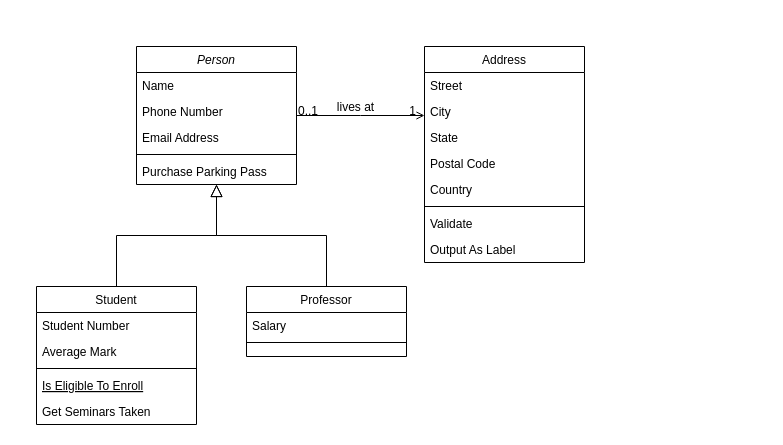
The draw.io diagram back-end/src/api/v1/models/Biểu đồ không có tiêu đề.drawio in Toanlv89/laughmanga, before the edit. Source tidied: cells renumbered, new cells numbered last; positions are measured from the earlier drawing's top-left corner, leaving out a move shared by most shapes. Both pictures are drawn from the tidied source at 100%, with x=0, y=0 at pixel (36, 46).
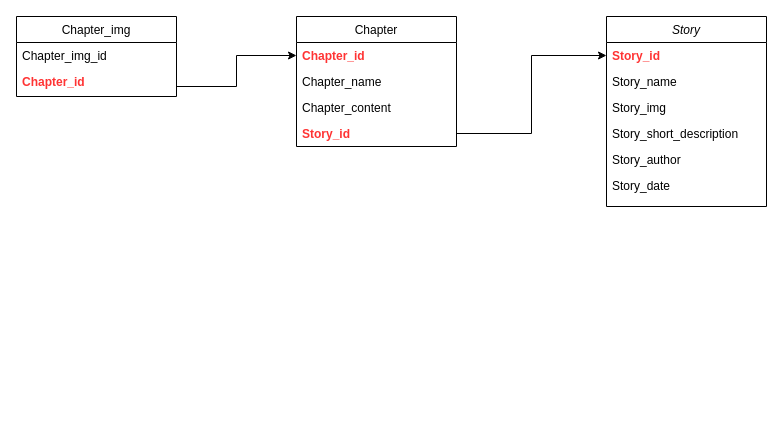
The same page after the edit.

Commit message:
Story_model

Change to the diagram source:
```diff
@@
-    <mxCell id="2" value="Person" style="swimlane;fontStyle=2;align=center;verticalAlign=top;horizontal=1;startSize=26;rounded=0;shadow=0;strokeWidth=1;" parent="1" vertex="1">
-      <mxGeometry x="100" width="160" height="138" as="geometry" />
+    <mxCell id="2" value="Story" style="swimlane;fontStyle=2;align=center;verticalAlign=top;horizontal=1;startSize=26;rounded=0;shadow=0;strokeWidth=1;" parent="1" vertex="1">
+      <mxGeometry x="570" y="-30" width="160" height="190" as="geometry" />
     </mxCell>
-    <mxCell id="3" value="Name" style="text;align=left;verticalAlign=top;spacingLeft=4;spacingRight=4;overflow=hidden;points=[[0,0.5],[1,0.5]];portConstraint=eastwest;" parent="2" vertex="1">
+    <mxCell id="3" value="Story_id" style="text;align=left;verticalAlign=top;spacingLeft=4;spacingRight=4;overflow=hidden;points=[[0,0.5],[1,0.5]];portConstraint=eastwest;fontColor=#FF3333;fontStyle=1;" parent="2" vertex="1">
       <mxGeometry y="26" width="160" height="26" as="geometry" />
     </mxCell>
-    <mxCell id="4" value="Phone Number" style="text;align=left;verticalAlign=top;spacingLeft=4;spacingRight=4;overflow=hidden;rounded=0;shadow=0;html=0;" parent="2" vertex="1">
+    <mxCell id="4" value="Story_name" style="text;align=left;verticalAlign=top;spacingLeft=4;spacingRight=4;overflow=hidden;rounded=0;shadow=0;html=0;" parent="2" vertex="1">
       <mxGeometry y="52" width="160" height="26" as="geometry" />
     </mxCell>
-    <mxCell id="5" value="Email Address" style="text;align=left;verticalAlign=top;spacingLeft=4;spacingRight=4;overflow=hidden;rounded=0;shadow=0;html=0;" parent="2" vertex="1">
+    <mxCell id="5" value="Story_img" style="text;align=left;verticalAlign=top;spacingLeft=4;spacingRight=4;overflow=hidden;rounded=0;shadow=0;html=0;" parent="2" vertex="1">
       <mxGeometry y="78" width="160" height="26" as="geometry" />
     </mxCell>
-    <mxCell id="6" style="line;html=1;strokeWidth=1;align=left;verticalAlign=middle;spacingTop=-1;spacingLeft=3;spacingRight=3;labelPosition=right;" parent="2" vertex="1">
-      <mxGeometry y="104" width="160" height="8" as="geometry" />
-    </mxCell>
-    <mxCell id="7" value="Purchase Parking Pass" style="text;align=left;verticalAlign=top;spacingLeft=4;spacingRight=4;overflow=hidden;" parent="2" vertex="1">
-      <mxGeometry y="112" width="160" height="26" as="geometry" />
-    </mxCell>
+    <mxCell id="32" value="Story_short_description" style="text;align=left;verticalAlign=top;spacingLeft=4;spacingRight=4;overflow=hidden;rounded=0;shadow=0;html=0;" parent="2" vertex="1">
+      <mxGeometry y="104" width="160" height="26" as="geometry" />
+    </mxCell>
+    <mxCell id="33" value="Story_author" style="text;align=left;verticalAlign=top;spacingLeft=4;spacingRight=4;overflow=hidden;rounded=0;shadow=0;html=0;" parent="2" vertex="1">
+      <mxGeometry y="130" width="160" height="26" as="geometry" />
+    </mxCell>
+    <mxCell id="34" value="Story_date" style="text;align=left;verticalAlign=top;spacingLeft=4;spacingRight=4;overflow=hidden;rounded=0;shadow=0;html=0;" parent="2" vertex="1">
+      <mxGeometry y="156" width="160" height="26" as="geometry" />
+    </mxCell>
-    <mxCell id="8" value="Student" style="swimlane;fontStyle=0;align=center;verticalAlign=top;horizontal=1;startSize=26;rounded=0;shadow=0;strokeWidth=1;" parent="1" vertex="1">
-      <mxGeometry y="240" width="160" height="138" as="geometry" />
+    <mxCell id="8" value="Chapter_img" style="swimlane;fontStyle=0;align=center;verticalAlign=top;horizontal=1;startSize=26;rounded=0;shadow=0;strokeWidth=1;" parent="1" vertex="1">
+      <mxGeometry x="-20" y="-30" width="160" height="80" as="geometry" />
     </mxCell>
-    <mxCell id="9" value="Student Number" style="text;align=left;verticalAlign=top;spacingLeft=4;spacingRight=4;overflow=hidden;" parent="8" vertex="1">
+    <mxCell id="9" value="Chapter_img_id" style="text;align=left;verticalAlign=top;spacingLeft=4;spacingRight=4;overflow=hidden;" parent="8" vertex="1">
       <mxGeometry y="26" width="160" height="26" as="geometry" />
     </mxCell>
-    <mxCell id="10" value="Average Mark" style="text;align=left;verticalAlign=top;spacingLeft=4;spacingRight=4;overflow=hidden;rounded=0;shadow=0;html=0;" parent="8" vertex="1">
+    <mxCell id="10" value="Chapter_id" style="text;align=left;verticalAlign=top;spacingLeft=4;spacingRight=4;overflow=hidden;rounded=0;shadow=0;html=0;fontColor=#FF3333;fontStyle=1;" parent="8" vertex="1">
       <mxGeometry y="52" width="160" height="26" as="geometry" />
     </mxCell>
-    <mxCell id="11" style="line;html=1;strokeWidth=1;align=left;verticalAlign=middle;spacingTop=-1;spacingLeft=3;spacingRight=3;labelPosition=right;" parent="8" vertex="1">
-      <mxGeometry y="78" width="160" height="8" as="geometry" />
-    </mxCell>
-    <mxCell id="12" value="Is Eligible To Enroll" style="text;align=left;verticalAlign=top;spacingLeft=4;spacingRight=4;overflow=hidden;fontStyle=4;" parent="8" vertex="1">
-      <mxGeometry y="86" width="160" height="26" as="geometry" />
-    </mxCell>
-    <mxCell id="13" value="Get Seminars Taken" style="text;align=left;verticalAlign=top;spacingLeft=4;spacingRight=4;overflow=hidden;" parent="8" vertex="1">
-      <mxGeometry y="112" width="160" height="26" as="geometry" />
-    </mxCell>
-    <mxCell id="14" style="endArrow=block;endSize=10;endFill=0;shadow=0;strokeWidth=1;rounded=0;edgeStyle=elbowEdgeStyle;elbow=vertical;" parent="1" edge="1" source="8" target="2">
-      <mxGeometry relative="1" as="geometry" />
-    </mxCell>
-    <mxCell id="15" value="Professor" style="swimlane;fontStyle=0;align=center;verticalAlign=top;horizontal=1;startSize=26;rounded=0;shadow=0;strokeWidth=1;" parent="1" vertex="1">
-      <mxGeometry x="210" y="240" width="160" height="70" as="geometry" />
-    </mxCell>
-    <mxCell id="16" value="Salary" style="text;align=left;verticalAlign=top;spacingLeft=4;spacingRight=4;overflow=hidden;" parent="15" vertex="1">
-      <mxGeometry y="26" width="160" height="26" as="geometry" />
-    </mxCell>
-    <mxCell id="17" style="line;html=1;strokeWidth=1;align=left;verticalAlign=middle;spacingTop=-1;spacingLeft=3;spacingRight=3;labelPosition=right;" parent="15" vertex="1">
-      <mxGeometry y="52" width="160" height="8" as="geometry" />
-    </mxCell>
-    <mxCell id="18" style="endArrow=block;endSize=10;endFill=0;shadow=0;strokeWidth=1;rounded=0;edgeStyle=elbowEdgeStyle;elbow=vertical;" parent="1" edge="1" source="15" target="2">
-      <mxGeometry relative="1" as="geometry" />
-    </mxCell>
-    <mxCell id="19" value="Address" style="swimlane;fontStyle=0;align=center;verticalAlign=top;horizontal=1;startSize=26;rounded=0;shadow=0;strokeWidth=1;" parent="1" vertex="1">
-      <mxGeometry x="388" width="160" height="216" as="geometry" />
+    <mxCell id="19" value="Chapter" style="swimlane;fontStyle=0;align=center;verticalAlign=top;horizontal=1;startSize=26;rounded=0;shadow=0;strokeWidth=1;" parent="1" vertex="1">
+      <mxGeometry x="260" y="-30" width="160" height="130" as="geometry" />
     </mxCell>
-    <mxCell id="20" value="Street" style="text;align=left;verticalAlign=top;spacingLeft=4;spacingRight=4;overflow=hidden;points=[[0,0.5],[1,0.5]];portConstraint=eastwest;" parent="19" vertex="1">
+    <mxCell id="20" value="Chapter_id" style="text;align=left;verticalAlign=top;spacingLeft=4;spacingRight=4;overflow=hidden;points=[[0,0.5],[1,0.5]];portConstraint=eastwest;fontColor=#FF3333;fontStyle=1;" parent="19" vertex="1">
       <mxGeometry y="26" width="160" height="26" as="geometry" />
     </mxCell>
-    <mxCell id="21" value="City" style="text;align=left;verticalAlign=top;spacingLeft=4;spacingRight=4;overflow=hidden;rounded=0;shadow=0;html=0;" parent="19" vertex="1">
+    <mxCell id="21" value="Chapter_name" style="text;align=left;verticalAlign=top;spacingLeft=4;spacingRight=4;overflow=hidden;rounded=0;shadow=0;html=0;" parent="19" vertex="1">
       <mxGeometry y="52" width="160" height="26" as="geometry" />
     </mxCell>
-    <mxCell id="22" value="State" style="text;align=left;verticalAlign=top;spacingLeft=4;spacingRight=4;overflow=hidden;rounded=0;shadow=0;html=0;" parent="19" vertex="1">
+    <mxCell id="22" value="Chapter_content" style="text;align=left;verticalAlign=top;spacingLeft=4;spacingRight=4;overflow=hidden;rounded=0;shadow=0;html=0;" parent="19" vertex="1">
       <mxGeometry y="78" width="160" height="26" as="geometry" />
     </mxCell>
-    <mxCell id="23" value="Postal Code" style="text;align=left;verticalAlign=top;spacingLeft=4;spacingRight=4;overflow=hidden;rounded=0;shadow=0;html=0;" parent="19" vertex="1">
-      <mxGeometry y="104" width="160" height="26" as="geometry" />
-    </mxCell>
-    <mxCell id="24" value="Country" style="text;align=left;verticalAlign=top;spacingLeft=4;spacingRight=4;overflow=hidden;rounded=0;shadow=0;html=0;" parent="19" vertex="1">
-      <mxGeometry y="130" width="160" height="26" as="geometry" />
-    </mxCell>
-    <mxCell id="25" style="line;html=1;strokeWidth=1;align=left;verticalAlign=middle;spacingTop=-1;spacingLeft=3;spacingRight=3;labelPosition=right;" parent="19" vertex="1">
-      <mxGeometry y="156" width="160" height="8" as="geometry" />
-    </mxCell>
-    <mxCell id="26" value="Validate" style="text;align=left;verticalAlign=top;spacingLeft=4;spacingRight=4;overflow=hidden;" parent="19" vertex="1">
-      <mxGeometry y="164" width="160" height="26" as="geometry" />
-    </mxCell>
-    <mxCell id="27" value="Output As Label" style="text;align=left;verticalAlign=top;spacingLeft=4;spacingRight=4;overflow=hidden;" parent="19" vertex="1">
-      <mxGeometry y="190" width="160" height="26" as="geometry" />
-    </mxCell>
-    <mxCell id="28" style="endArrow=open;shadow=0;strokeWidth=1;rounded=0;endFill=1;edgeStyle=elbowEdgeStyle;elbow=vertical;" parent="1" edge="1" source="2" target="19">
-      <mxGeometry x="0.5" y="41" relative="1" as="geometry">
-        <mxPoint x="-40" y="32" as="offset" />
-      </mxGeometry>
-    </mxCell>
-    <mxCell id="29" value="0..1" style="align=left;verticalAlign=bottom;labelBackgroundColor=none;fontSize=12;" parent="28" vertex="1">
-      <mxGeometry x="-1" relative="1" as="geometry">
-        <mxPoint y="4" as="offset" />
-      </mxGeometry>
-    </mxCell>
-    <mxCell id="30" value="1" style="align=right;verticalAlign=bottom;labelBackgroundColor=none;fontSize=12;" parent="28" vertex="1">
-      <mxGeometry x="1" relative="1" as="geometry">
-        <mxPoint x="-7" y="4" as="offset" />
-      </mxGeometry>
-    </mxCell>
-    <mxCell id="31" value="lives at" style="text;html=1;align=center;verticalAlign=middle;labelBackgroundColor=none;rounded=0;shadow=0;strokeWidth=1;fontSize=12;" parent="28" vertex="1">
-      <mxGeometry x="0.5" y="49" relative="1" as="geometry">
-        <mxPoint x="-38" y="40" as="offset" />
-      </mxGeometry>
-    </mxCell>
+    <mxCell id="35" value="Story_id" style="text;align=left;verticalAlign=top;spacingLeft=4;spacingRight=4;overflow=hidden;points=[[0,0.5],[1,0.5]];portConstraint=eastwest;rounded=0;shadow=0;html=0;fontColor=#FF3333;fontStyle=1;" parent="19" vertex="1">
+      <mxGeometry y="104" width="160" height="26" as="geometry" />
+    </mxCell>
+    <mxCell id="36" style="edgeStyle=elbowEdgeStyle;elbow=horizontal;endArrow=classic;html=1;rounded=0;fontColor=#FF3333;exitX=1;exitY=0.5;exitDx=0;exitDy=0;entryX=0;entryY=0.5;entryDx=0;entryDy=0;" parent="1" edge="1" source="35" target="3">
+      <mxGeometry relative="1" as="geometry" />
+    </mxCell>
+    <mxCell id="37" style="edgeStyle=elbowEdgeStyle;elbow=horizontal;endArrow=classic;html=1;rounded=0;fontColor=#FF3333;entryX=0;entryY=0.5;entryDx=0;entryDy=0;" parent="1" edge="1" target="20">
+      <mxGeometry relative="1" as="geometry">
+        <mxPoint x="140" y="40" as="sourcePoint" />
+      </mxGeometry>
+    </mxCell>
```
